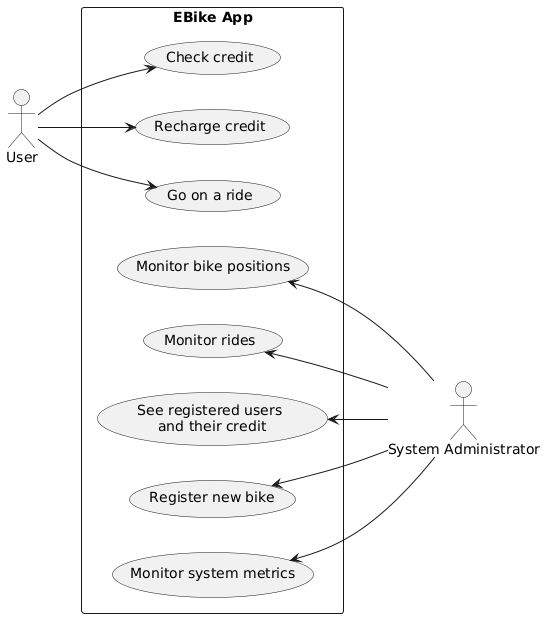
This is doc/diagrams/use-cases.png from Ventus218/SAP-assignment-03, a PlantUML export, as it was before one commit.
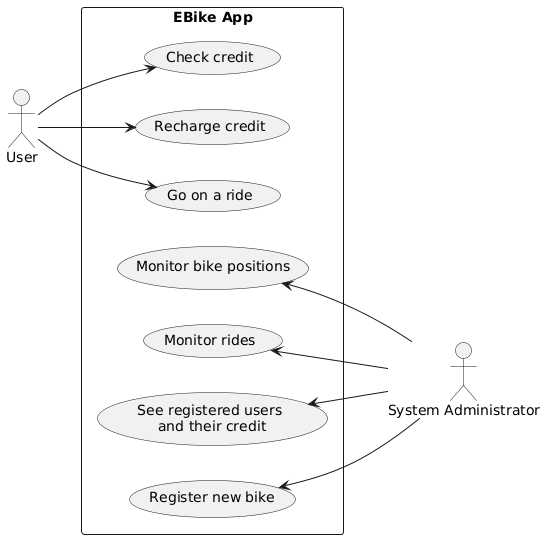
Later version of the same file.

What changed in the source:
```diff
@@ -14,7 +14,6 @@
     Admin -u-> (Monitor rides)
     Admin -u-> (See registered users\n and their credit)
     Admin -u-> (Register new bike)
-    Admin -u-> (Monitor system metrics)
 }
 
 @enduml
```
